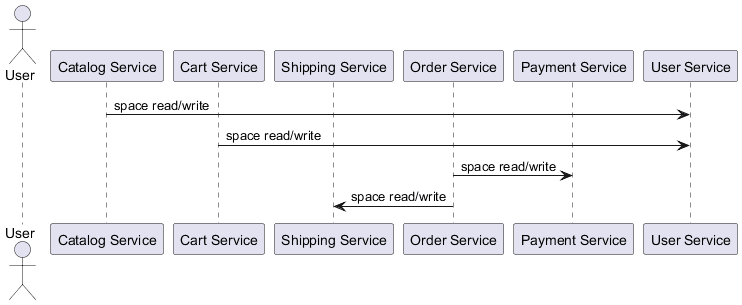
Above: docs/generated/diagrams/sequence_diagram.png in alessiagatto/documenter-agent (PlantUML), before the change.
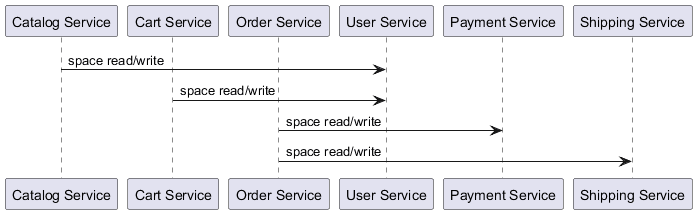
After the commit.

Commit message:
Modifiche effettuate per il sequence diagram e kb

Diff of the diagram source:
```diff
@@ -1,11 +1,10 @@
 @startuml
-actor User
 participant "Catalog Service" as CatalogService
 participant "Cart Service" as CartService
+participant "Order Service" as OrderService
+participant "User Service" as UserService
+participant "Payment Service" as PaymentService
 participant "Shipping Service" as ShippingService
-participant "Order Service" as OrderService
-participant "Payment Service" as PaymentService
-participant "User Service" as UserService
 
 CatalogService -> UserService : space read/write
 CartService -> UserService : space read/write
```
